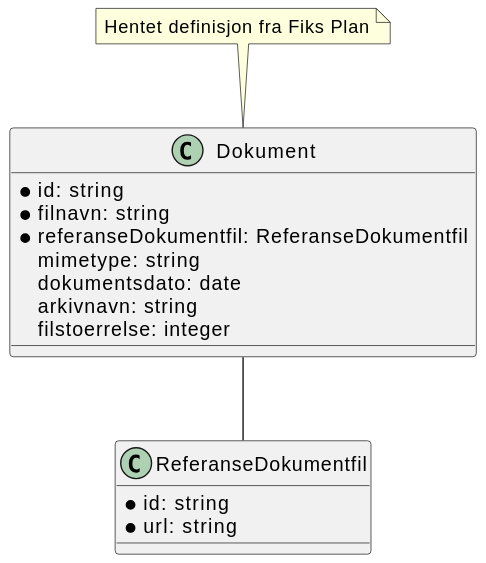
Before: Dokumentasjon/V1/ClassDiagrams/no.ks.fiks.saksfaser.v1.felles.dokument/classdiagram.svg, a diagram exported from PlantUML (ks-no/fiks-saksfaser-specification).
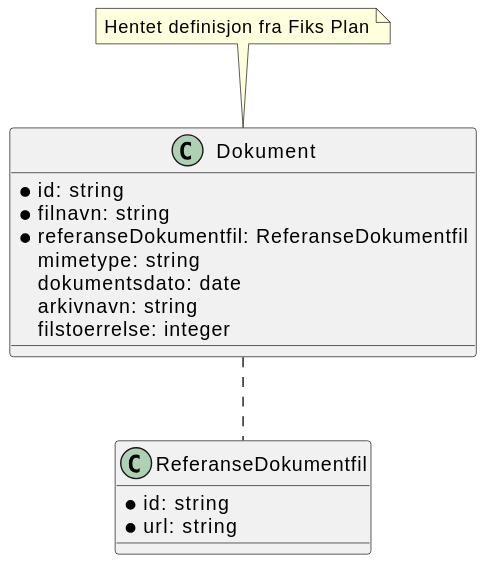
The same file after the commit.

The edit, as a diff of the source:
```diff
@@ -13,5 +13,5 @@
 
 note top of Dokument : Hentet definisjon fra Fiks Plan
 
-Dokument -- ReferanseDokumentfil
+Dokument .. ReferanseDokumentfil
 @enduml
```
